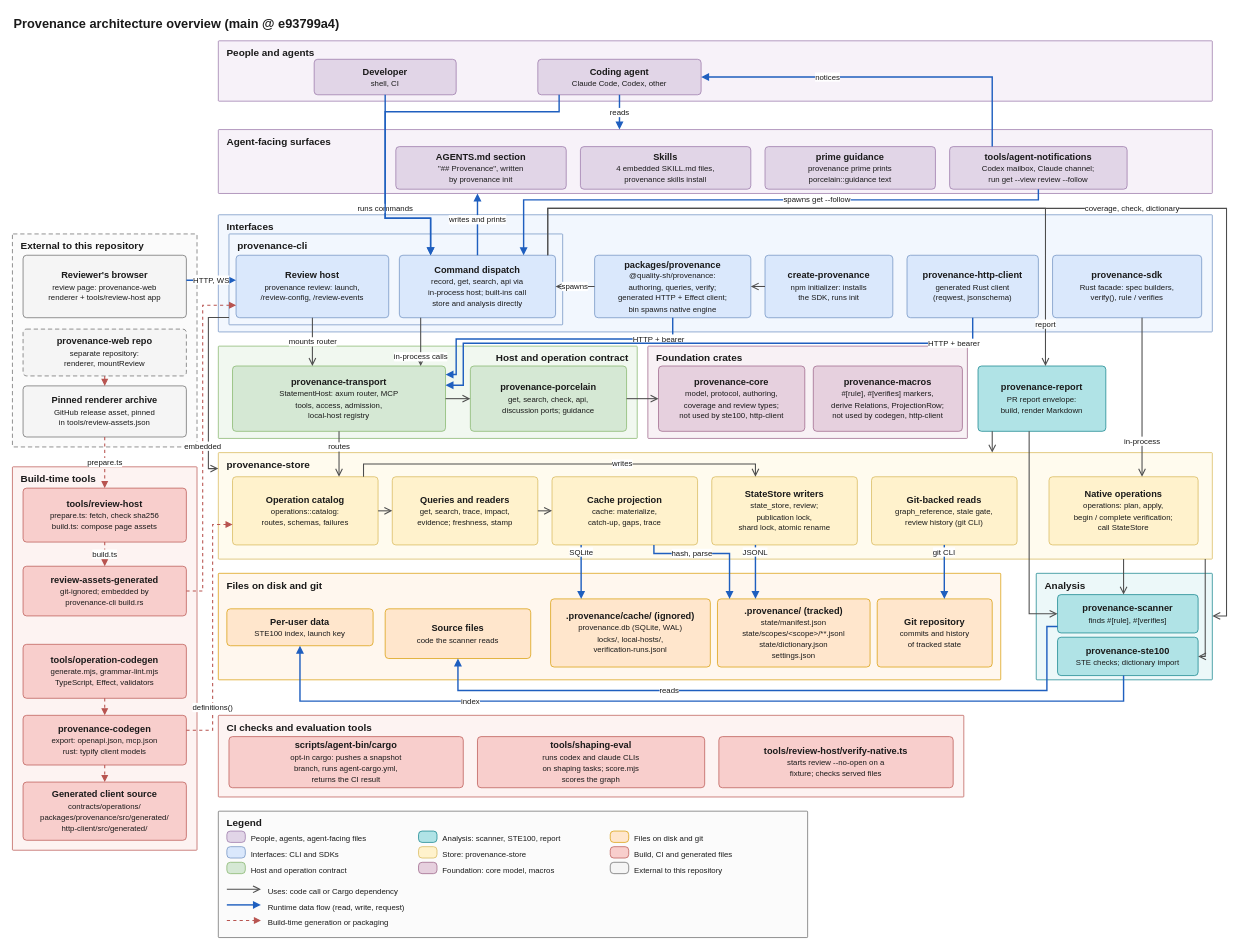
This is docs/architecture/diagrams/00-overview.drawio from quality-sh/provenance, a draw.io file, before an edit. Source tidied: cells renumbered, new cells numbered last; positions are measured from the earlier drawing's top-left corner, leaving out a move shared by most shapes. Both pictures are drawn from the tidied source at 71%, with x=0, y=0 at pixel (12, 12).
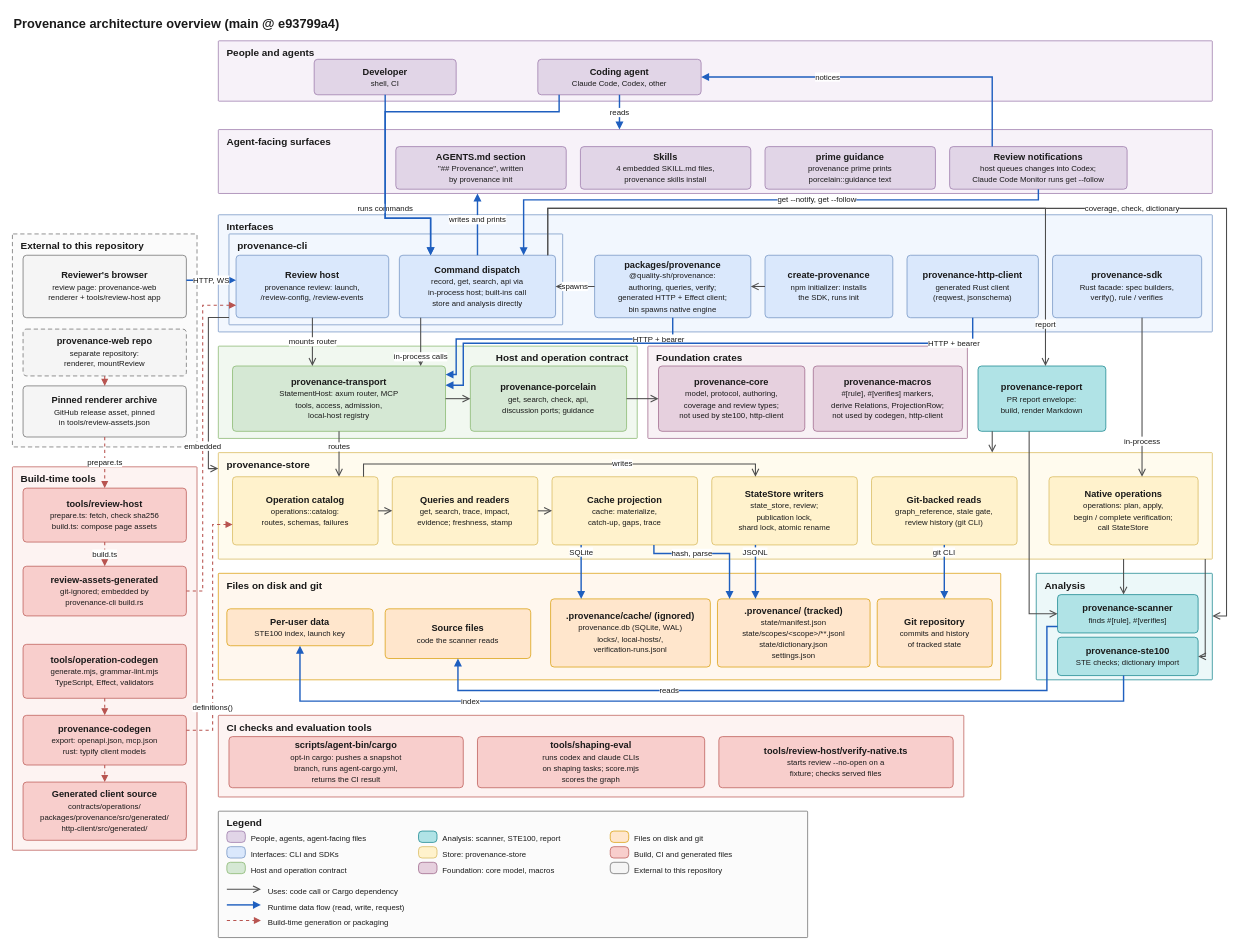
After the change.

The change refers to these unchanged cells:
```xml
<mxCell id="16" value="Agent-facing surfaces" style="rounded=1;arcSize=2;absoluteArcSize=1;whiteSpace=wrap;html=1;fillColor=#f7f2f9;strokeColor=#9673a6;verticalAlign=top;align=left;spacingLeft=10;spacingRight=10;spacingTop=2;fontStyle=1;fontSize=14;fontColor=#1a1a1a;" parent="1" vertex="1">
  <mxGeometry x="290" y="165" width="1400" height="90" as="geometry" />
</mxCell>
<mxCell id="24" value="&lt;b&gt;Command dispatch&lt;/b&gt;&lt;br&gt;&lt;font style=&quot;font-size:11px&quot;&gt;record, get, search, api via&lt;br&gt;in-process host; built-ins call&lt;br&gt;store and analysis directly&lt;/font&gt;" style="rounded=1;arcSize=10;absoluteArcSize=1;whiteSpace=wrap;html=1;fillColor=#dae8fc;strokeColor=#6c8ebf;fontSize=13;fontColor=#1a1a1a;verticalAlign=middle;align=center;spacing=4;" parent="22" vertex="1">
  <mxGeometry x="240" y="30" width="220" height="88" as="geometry" />
</mxCell>
```

Diff of the diagram source:
```diff
@@
-    <mxCell id="20" value="&lt;b&gt;tools/agent-notifications&lt;/b&gt;&lt;br&gt;&lt;font style=&quot;font-size:11px&quot;&gt;Codex mailbox, Claude channel;&lt;br&gt;run get --view review --follow&lt;/font&gt;" style="rounded=1;arcSize=10;absoluteArcSize=1;whiteSpace=wrap;html=1;fillColor=#e1d5e7;strokeColor=#9673a6;fontSize=13;fontColor=#1a1a1a;verticalAlign=middle;align=center;spacing=4;" parent="16" vertex="1">
+    <mxCell id="20" value="&lt;b&gt;Review notifications&lt;/b&gt;&lt;br&gt;&lt;font style=&quot;font-size:11px&quot;&gt;host queues changes into Codex;&lt;br&gt;Claude Code Monitor runs get --follow&lt;/font&gt;" style="rounded=1;arcSize=10;absoluteArcSize=1;whiteSpace=wrap;html=1;fillColor=#e1d5e7;strokeColor=#9673a6;fontSize=13;fontColor=#1a1a1a;verticalAlign=middle;align=center;spacing=4;" parent="16" vertex="1">
       <mxGeometry x="1030" y="24" width="250" height="60" as="geometry" />
     </mxCell>
@@
-    <mxCell id="82" value="spawns get --follow" style="edgeStyle=orthogonalEdgeStyle;rounded=0;jettySize=auto;html=1;jumpStyle=arc;jumpSize=10;exitX=0.5;exitY=1;exitDx=0;exitDy=0;entryX=0.795455;entryY=0;entryDx=0;entryDy=0;strokeColor=#1f5fbf;fontSize=11;fontColor=#1a1a1a;labelBackgroundColor=#ffffff;strokeWidth=2;endArrow=block;endFill=1;" parent="1" edge="1" source="20" target="24">
+    <mxCell id="82" value="get --notify, get --follow" style="edgeStyle=orthogonalEdgeStyle;rounded=0;jettySize=auto;html=1;jumpStyle=arc;jumpSize=10;exitX=0.5;exitY=1;exitDx=0;exitDy=0;entryX=0.795455;entryY=0;entryDx=0;entryDy=0;strokeColor=#1f5fbf;fontSize=11;fontColor=#1a1a1a;labelBackgroundColor=#ffffff;strokeWidth=2;endArrow=block;endFill=1;" parent="1" edge="1" source="20" target="24">
       <mxGeometry x="-0.2" relative="1" as="geometry">
         <Array as="points">
           <mxPoint x="1445" y="264" />
           <mxPoint x="720" y="264" />
         </Array>
       </mxGeometry>
     </mxCell>
```
